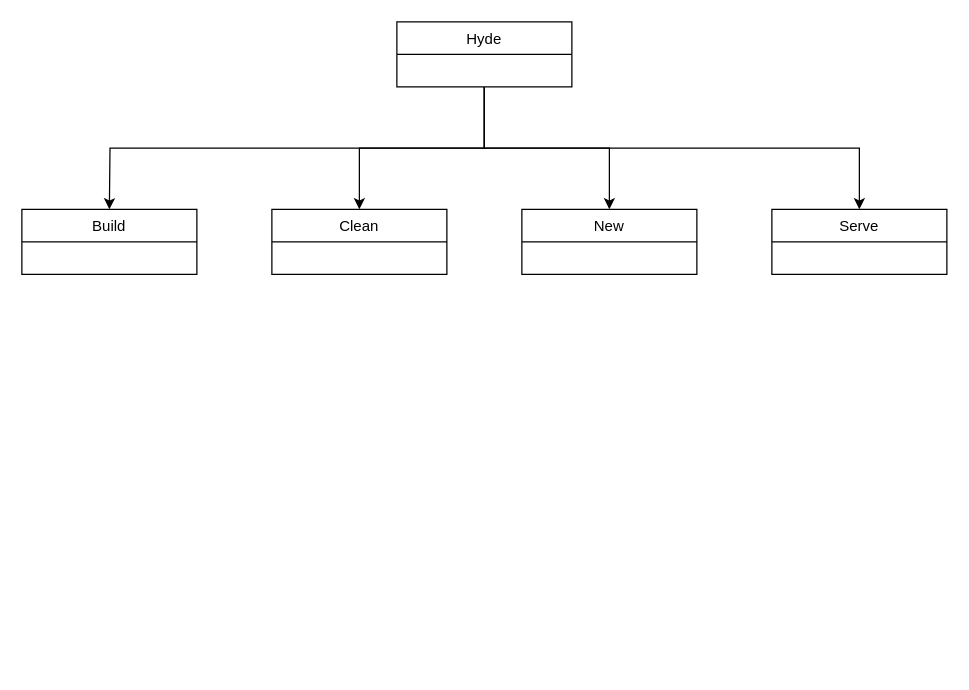
Before: conception/class_diagram.drawio in dil-classroom/projet-marzullo_matias_monti_golay_perrenoud, a draw.io diagram. Source tidied: cells renumbered, new cells numbered last; positions are measured from the earlier drawing's top-left corner, leaving out a move shared by most shapes. Both pictures are drawn from the tidied source at 125%, with x=0, y=0 at pixel (21, 21).
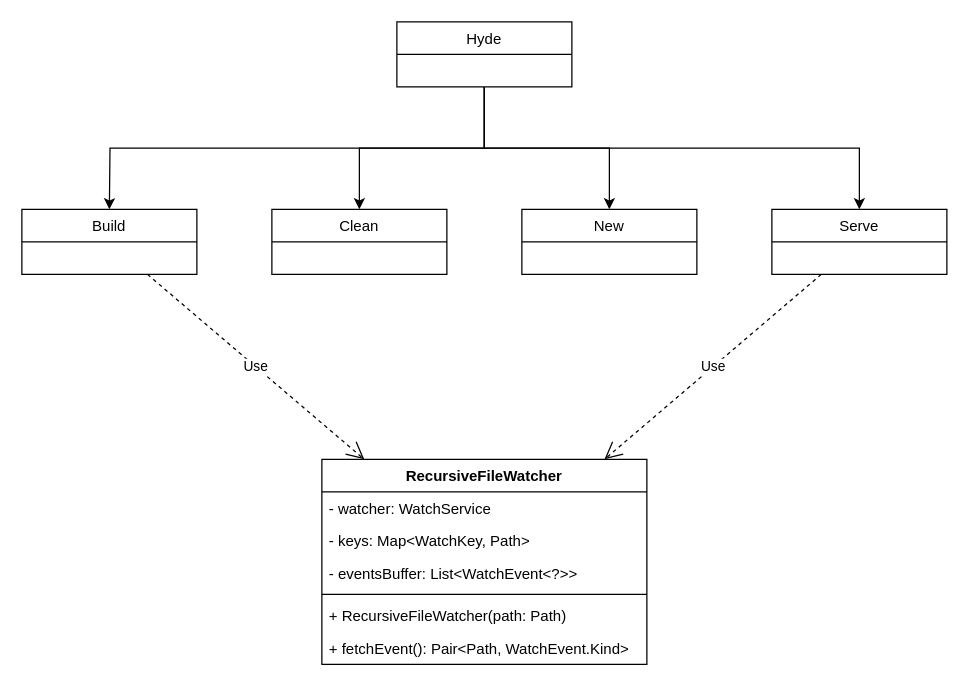
Above is the later version.

Commit message:
docs: Add RecursiveFileWatcher to class diagram

Unchanged cells that the change refers to:
```xml
<mxCell id="2" value="Build" style="swimlane;fontStyle=0;horizontal=1;startSize=26;fillColor=none;" parent="1" vertex="1">
  <mxGeometry y="150" width="140" height="52" as="geometry" />
</mxCell>
<mxCell id="10" value="Serve" style="swimlane;fontStyle=0;horizontal=1;startSize=26;fillColor=none;" parent="1" vertex="1">
  <mxGeometry x="600" y="150" width="140" height="52" as="geometry" />
</mxCell>
```

What changed in the source:
```diff
@@
+    <mxCell id="11" value="RecursiveFileWatcher" style="swimlane;fontStyle=1;align=center;verticalAlign=top;horizontal=1;startSize=26;strokeColor=default;" parent="1" vertex="1">
+      <mxGeometry x="240" y="350" width="260" height="164" as="geometry" />
+    </mxCell>
+    <mxCell id="12" value="- watcher: WatchService" style="text;strokeColor=none;fillColor=none;align=left;verticalAlign=top;spacingLeft=4;spacingRight=4;overflow=hidden;" parent="11" vertex="1">
+      <mxGeometry y="26" width="260" height="26" as="geometry" />
+    </mxCell>
+    <mxCell id="13" value="- keys: Map&lt;WatchKey, Path&gt;" style="text;strokeColor=none;fillColor=none;align=left;verticalAlign=top;spacingLeft=4;spacingRight=4;overflow=hidden;" parent="11" vertex="1">
+      <mxGeometry y="52" width="260" height="26" as="geometry" />
+    </mxCell>
+    <mxCell id="14" value="- eventsBuffer: List&lt;WatchEvent&lt;?&gt;&gt;" style="text;strokeColor=none;fillColor=none;align=left;verticalAlign=top;spacingLeft=4;spacingRight=4;overflow=hidden;" parent="11" vertex="1">
+      <mxGeometry y="78" width="260" height="26" as="geometry" />
+    </mxCell>
+    <mxCell id="15" style="line;strokeWidth=1;fillColor=none;align=left;verticalAlign=middle;spacingTop=-1;spacingLeft=3;spacingRight=3;labelPosition=right;" parent="11" vertex="1">
+      <mxGeometry y="104" width="260" height="8" as="geometry" />
+    </mxCell>
+    <mxCell id="16" value="+ RecursiveFileWatcher(path: Path)" style="text;strokeColor=none;fillColor=none;align=left;verticalAlign=top;spacingLeft=4;spacingRight=4;overflow=hidden;" parent="11" vertex="1">
+      <mxGeometry y="112" width="260" height="26" as="geometry" />
+    </mxCell>
+    <mxCell id="17" value="+ fetchEvent(): Pair&lt;Path, WatchEvent.Kind&gt;" style="text;strokeColor=none;fillColor=none;align=left;verticalAlign=top;spacingLeft=4;spacingRight=4;overflow=hidden;" parent="11" vertex="1">
+      <mxGeometry y="138" width="260" height="26" as="geometry" />
+    </mxCell>
+    <mxCell id="18" value="Use" style="endArrow=open;endSize=12;dashed=1;html=1;rounded=0;" parent="1" edge="1" source="2" target="11">
+      <mxGeometry relative="1" as="geometry" />
+    </mxCell>
+    <mxCell id="19" value="Use" style="endArrow=open;endSize=12;dashed=1;html=1;rounded=0;" parent="1" edge="1" source="10" target="11">
+      <mxGeometry relative="1" as="geometry" />
+    </mxCell>
```
